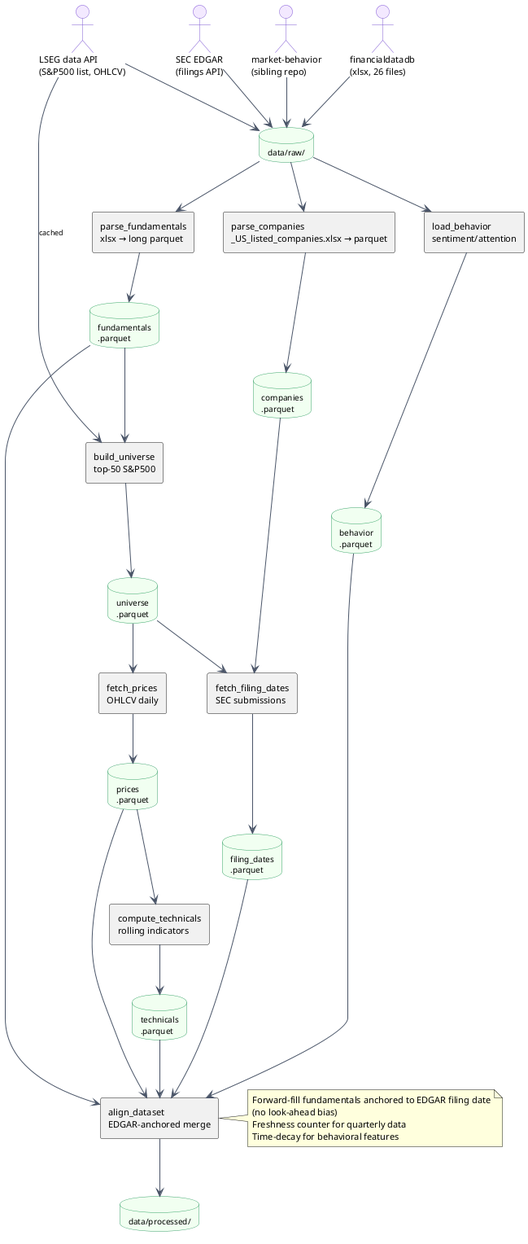
Earlier version of the PlantUML export docs/figures/data_flow.png (life00/factor-weaver). Source of this version:
```plantuml
@startuml
skinparam backgroundColor #FEFEFE
skinparam defaultFontName Helvetica
skinparam defaultFontSize 11
skinparam component {
  FontSize 11
  BackgroundColor #E8F4FD
  BorderColor #2B6CB0
}
skinparam database {
  FontSize 10
  BackgroundColor #F0FFF0
  BorderColor #38A169
}
skinparam actor {
  BorderColor #805AD5
  BackgroundColor #F3E8FF
}
skinparam arrow {
  Color #4A5568
  FontSize 9
}

actor "financialdatadb\n(xlsx, 26 files)" as fdb
actor "LSEG data API\n(S&P500 list, OHLCV)" as lseg
actor "SEC EDGAR\n(filings API)" as edgar
actor "market-behavior\n(sibling repo)" as beh

database "data/raw/" as raw

rectangle "parse_fundamentals\nxlsx → long parquet" as parse_fundamentals
rectangle "parse_companies\n_US_listed_companies.xlsx → parquet" as parse_companies
rectangle "build_universe\ntop-50 S&P500" as build_universe
rectangle "fetch_filing_dates\nSEC submissions" as fetch_filing_dates
rectangle "fetch_prices\nOHLCV daily" as fetch_prices
rectangle "compute_technicals\nrolling indicators" as compute_technicals
rectangle "load_behavior\nsentiment/attention" as load_behavior
rectangle "align_dataset\nEDGAR-anchored merge" as align_dataset

database "fundamentals\n.parquet" as fund_pq
database "companies\n.parquet" as comp_pq
database "universe\n.parquet" as univ_pq
database "filing_dates\n.parquet" as fd_pq
database "prices\n.parquet" as price_pq
database "technicals\n.parquet" as tech_pq
database "behavior\n.parquet" as beh_pq
database "data/processed/" as processed

fdb --> raw
lseg --> raw
edgar --> raw
beh --> raw

raw --> parse_fundamentals
parse_fundamentals --> fund_pq

raw --> parse_companies
parse_companies --> comp_pq

fund_pq --> build_universe
lseg --> build_universe : cached
build_universe --> univ_pq

comp_pq --> fetch_filing_dates
univ_pq --> fetch_filing_dates
fetch_filing_dates --> fd_pq

univ_pq --> fetch_prices
fetch_prices --> price_pq

price_pq --> compute_technicals
compute_technicals --> tech_pq

raw --> load_behavior
load_behavior --> beh_pq

fund_pq --> align_dataset
fd_pq --> align_dataset
price_pq --> align_dataset
tech_pq --> align_dataset
beh_pq --> align_dataset
align_dataset --> processed

note right of align_dataset
  Forward-fill fundamentals anchored to EDGAR filing date
  (no look-ahead bias)
  Freshness counter for quarterly data
  Time-decay for behavioral features
end note

@enduml
```
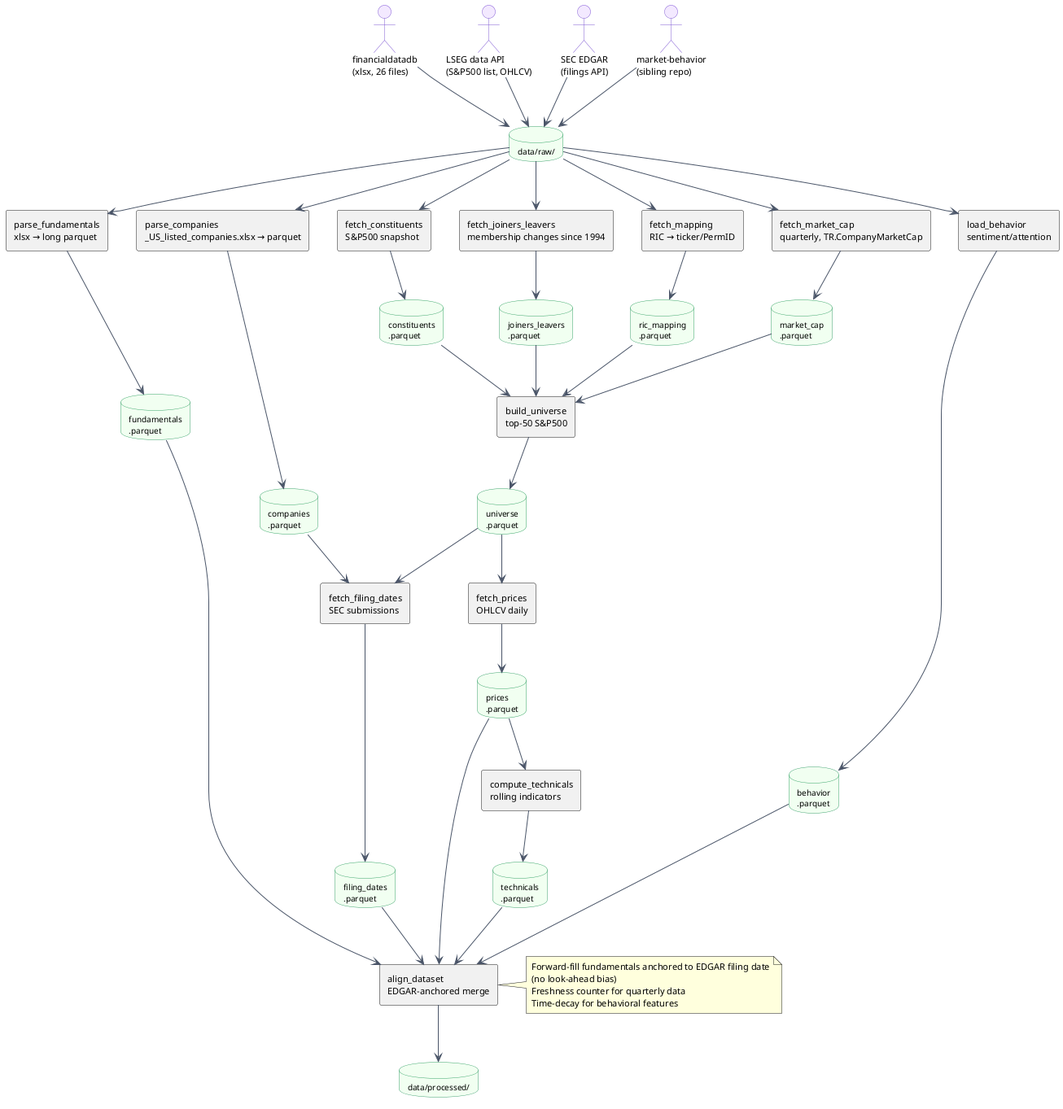
The same diagram one commit later.

Change to the diagram source:
```diff
@@ -30,6 +30,10 @@
 
 rectangle "parse_fundamentals\nxlsx → long parquet" as parse_fundamentals
 rectangle "parse_companies\n_US_listed_companies.xlsx → parquet" as parse_companies
+rectangle "fetch_constituents\nS&P500 snapshot" as fetch_constituents
+rectangle "fetch_joiners_leavers\nmembership changes since 1994" as fetch_joiners_leavers
+rectangle "fetch_mapping\nRIC → ticker/PermID" as fetch_mapping
+rectangle "fetch_market_cap\nquarterly, TR.CompanyMarketCap" as fetch_market_cap
 rectangle "build_universe\ntop-50 S&P500" as build_universe
 rectangle "fetch_filing_dates\nSEC submissions" as fetch_filing_dates
 rectangle "fetch_prices\nOHLCV daily" as fetch_prices
@@ -39,6 +43,10 @@
 
 database "fundamentals\n.parquet" as fund_pq
 database "companies\n.parquet" as comp_pq
+database "constituents\n.parquet" as cons_pq
+database "joiners_leavers\n.parquet" as jl_pq
+database "ric_mapping\n.parquet" as map_pq
+database "market_cap\n.parquet" as cap_pq
 database "universe\n.parquet" as univ_pq
 database "filing_dates\n.parquet" as fd_pq
 database "prices\n.parquet" as price_pq
@@ -57,8 +65,22 @@
 raw --> parse_companies
 parse_companies --> comp_pq
 
-fund_pq --> build_universe
-lseg --> build_universe : cached
+raw --> fetch_constituents
+fetch_constituents --> cons_pq
+
+raw --> fetch_joiners_leavers
+fetch_joiners_leavers --> jl_pq
+
+raw --> fetch_mapping
+fetch_mapping --> map_pq
+
+raw --> fetch_market_cap
+fetch_market_cap --> cap_pq
+
+cons_pq --> build_universe
+jl_pq --> build_universe
+map_pq --> build_universe
+cap_pq --> build_universe
 build_universe --> univ_pq
 
 comp_pq --> fetch_filing_dates
```
